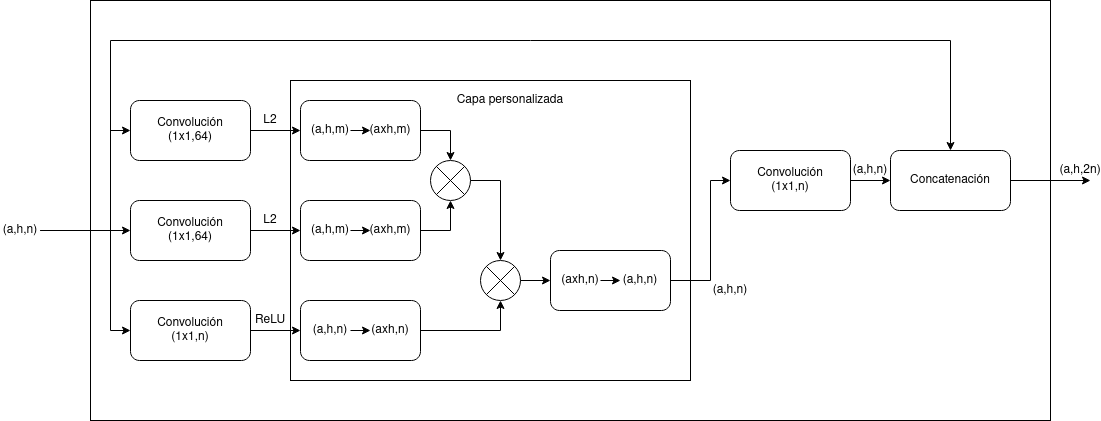
This is memoria/img/Nonlocal.png from Lauragg/LRIUAP, a draw.io export, as it was before one commit. Source tidied: cells renumbered, new cells last; positions are measured from the earlier drawing's top-left corner, leaving out a move shared by most shapes.
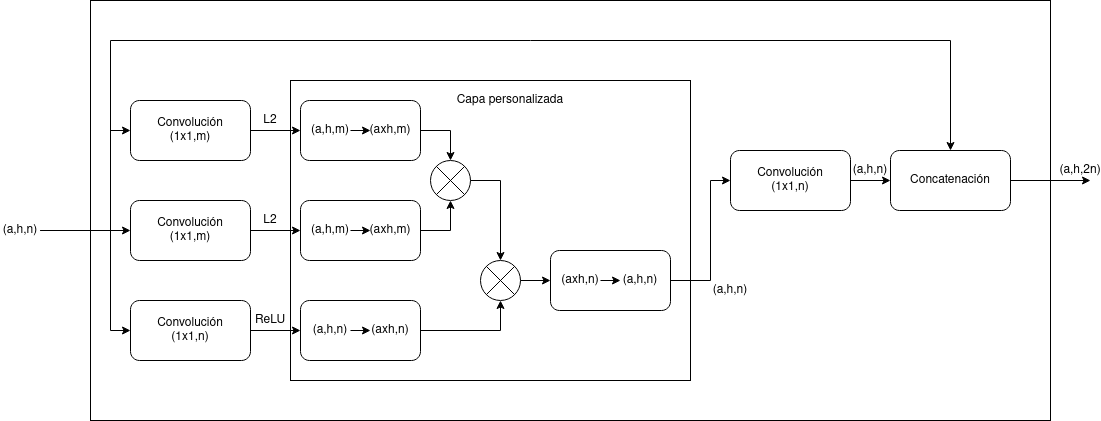
After the commit.

Diff of the diagram source:
```diff
@@ -11,13 +11,13 @@
     <mxCell id="4" style="edgeStyle=orthogonalEdgeStyle;rounded=0;jettySize=auto;html=1;exitX=1;exitY=0.5;exitDx=0;exitDy=0;entryX=0;entryY=0.5;entryDx=0;entryDy=0;" parent="1" edge="1" source="5" target="16">
       <mxGeometry relative="1" as="geometry" />
     </mxCell>
-    <mxCell id="5" value="&lt;div&gt;Convolución&lt;/div&gt;&lt;div&gt;(1x1,64)&lt;br&gt;&lt;/div&gt;" style="rounded=1;whiteSpace=wrap;html=1;" parent="1" vertex="1">
+    <mxCell id="5" value="&lt;div&gt;Convolución&lt;/div&gt;&lt;div&gt;(1x1,m)&lt;br&gt;&lt;/div&gt;" style="rounded=1;whiteSpace=wrap;html=1;" parent="1" vertex="1">
       <mxGeometry x="130" y="100" width="120" height="60" as="geometry" />
     </mxCell>
     <mxCell id="6" style="edgeStyle=orthogonalEdgeStyle;rounded=0;jettySize=auto;html=1;exitX=1;exitY=0.5;exitDx=0;exitDy=0;entryX=0;entryY=0.5;entryDx=0;entryDy=0;" parent="1" edge="1" source="7" target="18">
       <mxGeometry relative="1" as="geometry" />
     </mxCell>
-    <mxCell id="7" value="&lt;div&gt;Convolución&lt;/div&gt;&lt;div&gt;(1x1,64)&lt;br&gt;&lt;/div&gt;" style="rounded=1;whiteSpace=wrap;html=1;fillColor=none;" parent="1" vertex="1">
+    <mxCell id="7" value="&lt;div&gt;Convolución&lt;/div&gt;&lt;div&gt;(1x1,m)&lt;br&gt;&lt;/div&gt;" style="rounded=1;whiteSpace=wrap;html=1;fillColor=none;" parent="1" vertex="1">
       <mxGeometry x="130" y="200" width="120" height="60" as="geometry" />
     </mxCell>
     <mxCell id="8" style="edgeStyle=orthogonalEdgeStyle;rounded=0;jettySize=auto;html=1;exitX=1;exitY=0.5;exitDx=0;exitDy=0;entryX=0;entryY=0.5;entryDx=0;entryDy=0;" parent="1" edge="1" source="9" target="20">
```
